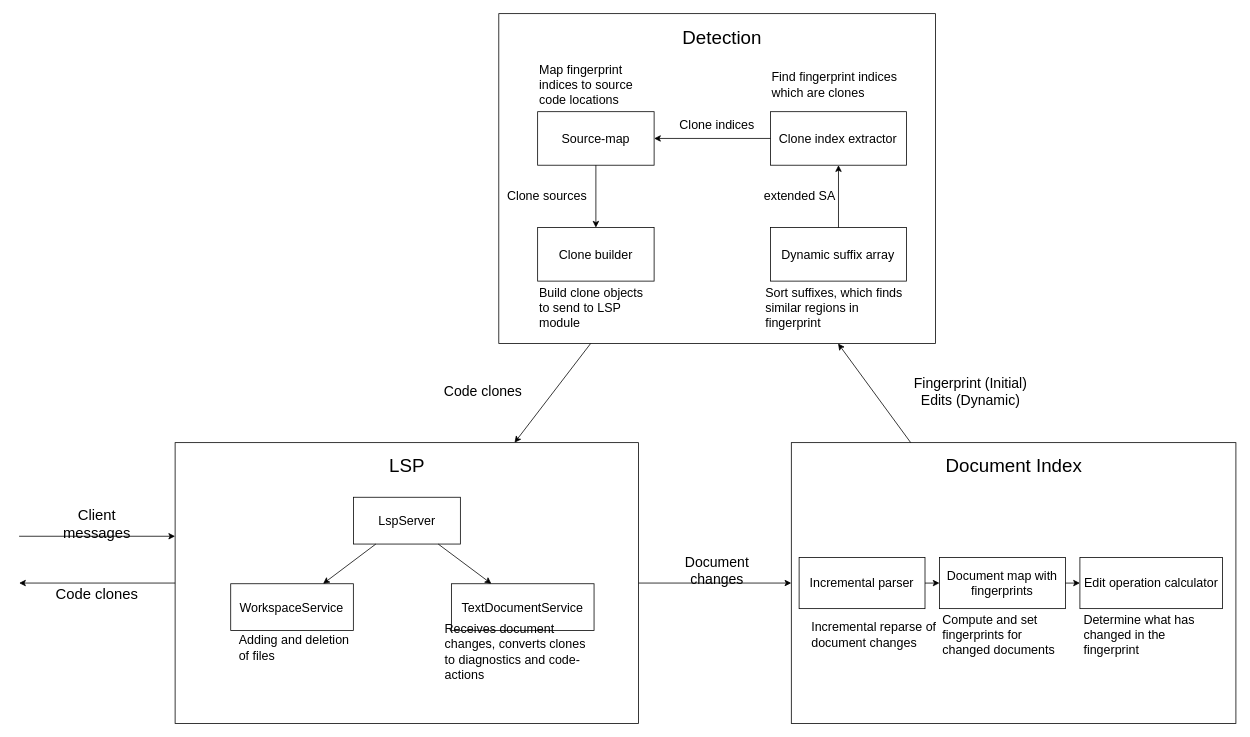
jakobkhansen/master-thesis keeps this draw.io diagram as thesis/figures/architecture.drawio. Above is the earlier version. Source tidied: cells renumbered, new cells numbered last; positions are measured from the earlier drawing's top-left corner, leaving out a move shared by most shapes. Both pictures are drawn from the tidied source at 78%, with x=0, y=0 at pixel (19, 13).
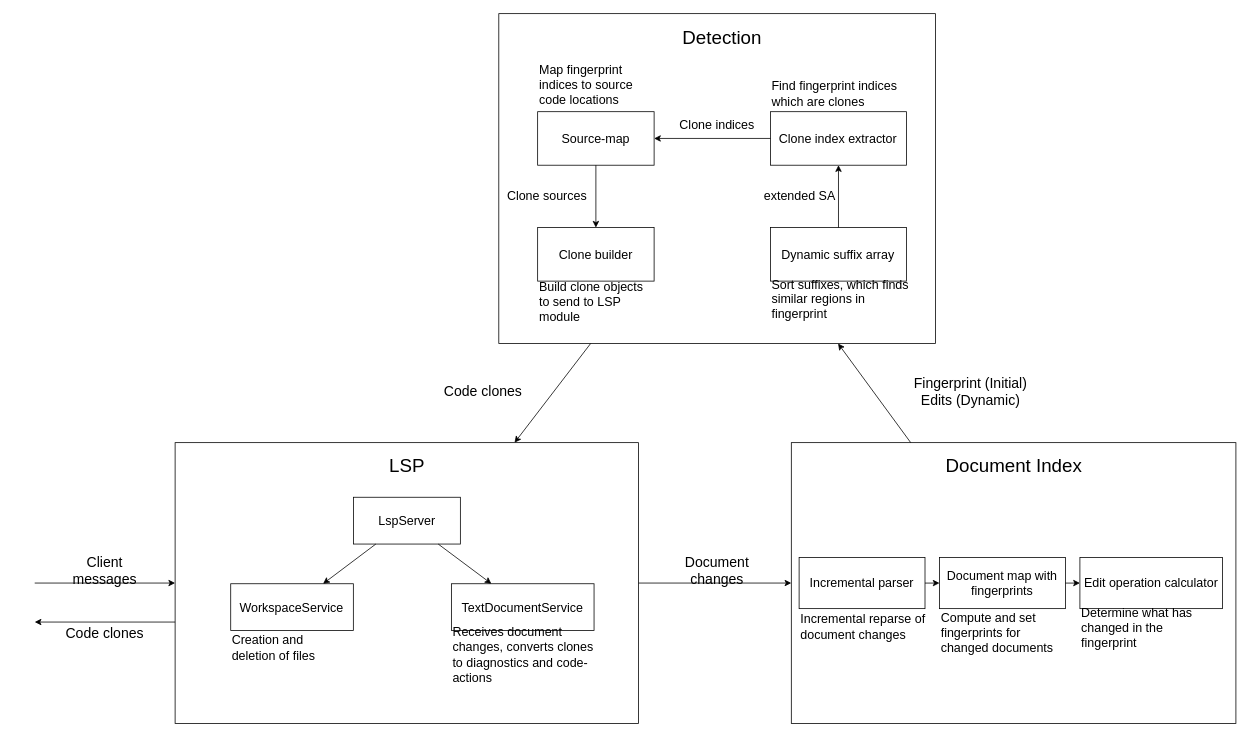
The same page after the edit.

Unchanged cells that the change refers to:
```xml
<mxCell id="2" style="rounded=0;whiteSpace=wrap;html=1;fontFamily=Computer Modern;flipH=1;" parent="1" vertex="1">
  <mxGeometry x="200" y="550" width="594.2" height="360" as="geometry" />
</mxCell>
<mxCell id="11" style="rounded=0;whiteSpace=wrap;html=1;fontSize=14;fontFamily=Computer Modern;" parent="1" vertex="1">
  <mxGeometry x="990" y="550" width="570" height="360" as="geometry" />
</mxCell>
<mxCell id="22" style="rounded=0;whiteSpace=wrap;html=1;fontSize=14;flipV=0;flipH=1;" parent="1" vertex="1">
  <mxGeometry x="615" width="560" height="422.9" as="geometry" />
</mxCell>
```

What changed in the source:
```diff
@@
     <mxCell id="9" value="Receives document changes, converts clones to diagnostics and code-actions" style="text;html=1;strokeColor=none;fillColor=none;align=left;verticalAlign=middle;whiteSpace=wrap;rounded=0;fontSize=16;fontFamily=Computer Modern;" parent="2" vertex="1">
-      <mxGeometry x="344.2" y="251.8" width="192.9" height="32.7" as="geometry" />
+      <mxGeometry x="354.2" y="240.9" width="192.9" height="62.7" as="geometry" />
     </mxCell>
-    <mxCell id="10" value="Adding and deletion of files" style="text;html=1;strokeColor=none;fillColor=none;align=left;verticalAlign=middle;whiteSpace=wrap;rounded=0;fontSize=16;fontFamily=Computer Modern;" parent="2" vertex="1">
-      <mxGeometry x="80" y="240.9" width="148.6" height="43.6" as="geometry" />
+    <mxCell id="10" value="Creation and deletion of files" style="text;html=1;strokeColor=none;fillColor=none;align=left;verticalAlign=middle;whiteSpace=wrap;rounded=0;fontSize=16;fontFamily=Computer Modern;" parent="2" vertex="1">
+      <mxGeometry x="71.3" y="240.9" width="148.6" height="43.6" as="geometry" />
     </mxCell>
@@
     <mxCell id="16" value="Incremental reparse of document changes" style="text;html=1;strokeColor=none;fillColor=none;align=left;verticalAlign=middle;whiteSpace=wrap;rounded=0;fontSize=16;fontFamily=Computer Modern;" parent="11" vertex="1">
-      <mxGeometry x="24.3" y="230" width="162.9" height="32.7" as="geometry" />
+      <mxGeometry x="10" y="212.7" width="162.9" height="47.3" as="geometry" />
     </mxCell>
@@
     <mxCell id="19" value="Determine what has changed in the fingerprint" style="text;html=1;strokeColor=none;fillColor=none;align=left;verticalAlign=middle;whiteSpace=wrap;rounded=0;fontSize=16;fontFamily=Computer Modern;" parent="11" vertex="1">
-      <mxGeometry x="372.6" y="224.5" width="180" height="43.6" as="geometry" />
+      <mxGeometry x="370" y="212.7" width="180" height="48.2" as="geometry" />
     </mxCell>
@@
     <mxCell id="21" value="Compute and set fingerprints for changed documents" style="text;html=1;strokeColor=none;fillColor=none;align=left;verticalAlign=middle;whiteSpace=wrap;rounded=0;fontSize=16;fontFamily=Computer Modern;" parent="11" vertex="1">
-      <mxGeometry x="192" y="230" width="159.4" height="32.7" as="geometry" />
+      <mxGeometry x="190" y="212.7" width="159.4" height="62.7" as="geometry" />
     </mxCell>
@@
     <mxCell id="32" value="Sort suffixes, which finds similar regions in fingerprint" style="text;html=1;strokeColor=none;fillColor=none;align=left;verticalAlign=middle;whiteSpace=wrap;rounded=0;fontSize=16;fontFamily=Computer Modern;" parent="22" vertex="1">
-      <mxGeometry x="339.8" y="354.3" width="191.6" height="45.7" as="geometry" />
+      <mxGeometry x="348.4" y="342.9" width="191.6" height="45.7" as="geometry" />
     </mxCell>
     <mxCell id="33" value="Find fingerprint indices which are clones" style="text;html=1;strokeColor=none;fillColor=none;align=left;verticalAlign=middle;whiteSpace=wrap;rounded=0;fontSize=16;fontFamily=Computer Modern;" parent="22" vertex="1">
-      <mxGeometry x="348.4" y="57.1" width="174.2" height="68.6" as="geometry" />
+      <mxGeometry x="348.4" y="80" width="174.2" height="45.7" as="geometry" />
     </mxCell>
@@
     <mxCell id="35" value="Build clone objects to send to LSP module" style="text;html=1;strokeColor=none;fillColor=none;align=left;verticalAlign=middle;whiteSpace=wrap;rounded=0;fontSize=16;fontFamily=Computer Modern;" parent="22" vertex="1">
-      <mxGeometry x="49.8" y="342.9" width="149.3" height="68.6" as="geometry" />
+      <mxGeometry x="49.8" y="342.9" width="149.3" height="51.4" as="geometry" />
     </mxCell>
@@
-    <mxCell id="44" style="endArrow=classic;html=1;rounded=0;" parent="1" edge="1">
-      <mxGeometry relative="1" as="geometry">
-        <mxPoint y="670" as="sourcePoint" />
-        <mxPoint x="200" y="670" as="targetPoint" />
-      </mxGeometry>
-    </mxCell>
+    <mxCell id="48" style="endArrow=classic;html=1;rounded=0;" parent="1" edge="1" target="2">
+      <mxGeometry relative="1" as="geometry">
+        <mxPoint x="20" y="730" as="sourcePoint" />
+        <Array as="points">
+          <mxPoint x="140" y="730" />
+        </Array>
+      </mxGeometry>
+    </mxCell>
+    <mxCell id="49" style="endArrow=classic;html=1;rounded=0;" parent="1" edge="1">
+      <mxGeometry relative="1" as="geometry">
+        <mxPoint x="200" y="780" as="sourcePoint" />
+        <mxPoint x="20" y="780" as="targetPoint" />
+      </mxGeometry>
+    </mxCell>
-    <mxCell id="45" value="Client messages" style="text;html=1;strokeColor=none;fillColor=none;align=center;verticalAlign=middle;whiteSpace=wrap;rounded=0;fontFamily=Computer Modern;fontSize=19;" parent="1" vertex="1">
-      <mxGeometry x="30" y="640" width="140" height="30" as="geometry" />
+    <mxCell id="45" value="&lt;font face=&quot;Computer Modern&quot; style=&quot;font-size: 18px;&quot;&gt;Client messages&lt;/font&gt;" style="text;html=1;strokeColor=none;fillColor=none;align=center;verticalAlign=middle;whiteSpace=wrap;rounded=0;fontSize=18;" parent="1" vertex="1">
+      <mxGeometry x="50" y="700" width="120" height="30" as="geometry" />
     </mxCell>
-    <mxCell id="46" style="endArrow=classic;html=1;rounded=0;" parent="1" edge="1" source="2">
-      <mxGeometry relative="1" as="geometry">
-        <mxPoint y="730" as="targetPoint" />
-      </mxGeometry>
-    </mxCell>
-    <mxCell id="47" value="Code clones" style="text;html=1;strokeColor=none;fillColor=none;align=center;verticalAlign=middle;whiteSpace=wrap;rounded=0;fontFamily=Computer Modern;fontSize=19;" parent="1" vertex="1">
-      <mxGeometry x="30" y="730" width="140" height="30" as="geometry" />
+    <mxCell id="47" value="&lt;font face=&quot;Computer Modern&quot;&gt;Code clones&lt;/font&gt;" style="text;html=1;strokeColor=none;fillColor=none;align=center;verticalAlign=middle;whiteSpace=wrap;rounded=0;fontSize=18;" parent="1" vertex="1">
+      <mxGeometry x="50" y="780" width="120" height="30" as="geometry" />
     </mxCell>
```
